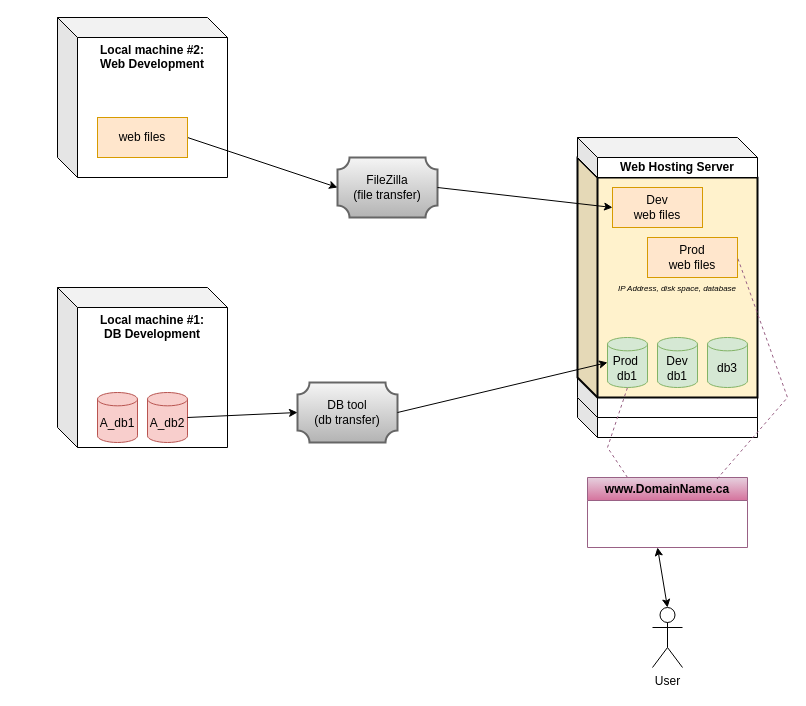
Above: tenis_infrastructure.drawio in zec-a/zec_tenis (draw.io), before the change. Source tidied: cells renumbered, new cells numbered last; positions are measured from the earlier drawing's top-left corner, leaving out a move shared by most shapes. Both pictures are drawn from the tidied source at 100%, with x=0, y=0 at pixel (57, 17).
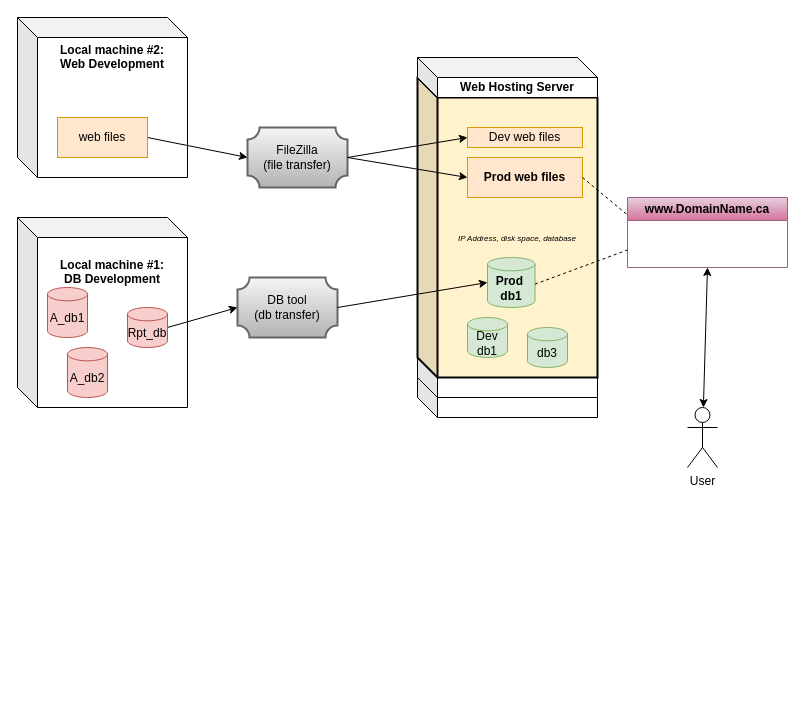
Above is the later version.

The edit, as a diff of the source:
```diff
@@
     <mxCell id="2" style="shape=cube;whiteSpace=wrap;html=1;boundedLbl=1;backgroundOutline=1;darkOpacity=0.05;darkOpacity2=0.1;" parent="1" vertex="1">
-      <mxGeometry x="520" y="380" width="180" height="40" as="geometry" />
+      <mxGeometry x="360" y="360" width="180" height="40" as="geometry" />
     </mxCell>
     <mxCell id="3" style="shape=cube;whiteSpace=wrap;html=1;boundedLbl=1;backgroundOutline=1;darkOpacity=0.05;darkOpacity2=0.1;" parent="1" vertex="1">
-      <mxGeometry x="520" y="360" width="180" height="40" as="geometry" />
+      <mxGeometry x="360" y="340" width="180" height="40" as="geometry" />
     </mxCell>
     <mxCell id="4" value="&lt;font style=&quot;font-size: 8px;&quot;&gt;&lt;i&gt;IP Address, disk space, database&lt;/i&gt;&lt;/font&gt;" style="shape=cube;whiteSpace=wrap;html=1;boundedLbl=1;backgroundOutline=1;darkOpacity=0.05;darkOpacity2=0.1;fillColor=#fff2cc;strokeColor=#050505;strokeWidth=2;" parent="1" vertex="1">
-      <mxGeometry x="520" y="140" width="180" height="240" as="geometry" />
+      <mxGeometry x="360" y="60" width="180" height="300" as="geometry" />
     </mxCell>
     <mxCell id="5" value="Web Hosting Server" style="shape=cube;whiteSpace=wrap;html=1;boundedLbl=1;backgroundOutline=1;darkOpacity=0.05;darkOpacity2=0.1;fontStyle=1;" parent="1" vertex="1">
-      <mxGeometry x="520" y="120" width="180" height="40" as="geometry" />
+      <mxGeometry x="360" y="40" width="180" height="40" as="geometry" />
     </mxCell>
     <mxCell id="6" value="www.DomainName.ca" style="swimlane;whiteSpace=wrap;html=1;fillColor=#e6d0de;strokeColor=#996185;gradientColor=#d5739d;" parent="1" vertex="1">
-      <mxGeometry x="530" y="460" width="160" height="70" as="geometry" />
+      <mxGeometry x="570" y="180" width="160" height="70" as="geometry" />
     </mxCell>
-    <mxCell id="7" value="Prod&amp;nbsp;&lt;div&gt;db1&lt;/div&gt;" style="shape=cylinder3;whiteSpace=wrap;html=1;boundedLbl=1;backgroundOutline=1;size=6.66668701171875;fillColor=#d5e8d4;strokeColor=#82b366;" parent="1" vertex="1">
-      <mxGeometry x="550" y="320" width="40" height="50" as="geometry" />
+    <mxCell id="7" value="Prod&amp;nbsp;&lt;div&gt;db1&lt;/div&gt;" style="shape=cylinder3;whiteSpace=wrap;html=1;boundedLbl=1;backgroundOutline=1;size=6.66668701171875;fillColor=#d5e8d4;strokeColor=#82b366;fontStyle=1;" parent="1" vertex="1">
+      <mxGeometry x="430" y="240" width="47.5" height="50" as="geometry" />
     </mxCell>
     <mxCell id="8" value="Dev&lt;div&gt;db1&lt;/div&gt;" style="shape=cylinder3;whiteSpace=wrap;html=1;boundedLbl=1;backgroundOutline=1;size=6.66668701171875;fillColor=#d5e8d4;strokeColor=#82b366;" parent="1" vertex="1">
-      <mxGeometry x="600" y="320" width="40" height="50" as="geometry" />
+      <mxGeometry x="410" y="300" width="40" height="40" as="geometry" />
     </mxCell>
     <mxCell id="9" value="db3" style="shape=cylinder3;whiteSpace=wrap;html=1;boundedLbl=1;backgroundOutline=1;size=6.66668701171875;fillColor=#d5e8d4;strokeColor=#82b366;" parent="1" vertex="1">
-      <mxGeometry x="650" y="320" width="40" height="50" as="geometry" />
+      <mxGeometry x="470" y="310" width="40" height="40" as="geometry" />
     </mxCell>
     <mxCell id="10" value="Local machine #1:&lt;div&gt;DB Development&lt;/div&gt;&lt;div&gt;&lt;br&gt;&lt;/div&gt;&lt;div&gt;&lt;br&gt;&lt;/div&gt;&lt;div&gt;&lt;br&gt;&lt;/div&gt;&lt;div&gt;&lt;br&gt;&lt;/div&gt;&lt;div&gt;&lt;br&gt;&lt;/div&gt;&lt;div&gt;&lt;br&gt;&lt;/div&gt;&lt;div&gt;&lt;br&gt;&lt;/div&gt;" style="shape=cube;whiteSpace=wrap;html=1;boundedLbl=1;backgroundOutline=1;darkOpacity=0.05;darkOpacity2=0.1;fontStyle=1;labelPosition=center;verticalLabelPosition=middle;align=center;verticalAlign=middle;size=20;" parent="1" vertex="1">
-      <mxGeometry y="270" width="170" height="160" as="geometry" />
+      <mxGeometry x="-40" y="200" width="170" height="190" as="geometry" />
     </mxCell>
     <mxCell id="11" value="A_db1" style="shape=cylinder3;whiteSpace=wrap;html=1;boundedLbl=1;backgroundOutline=1;size=6.66668701171875;fillColor=#f8cecc;strokeColor=#b85450;" parent="1" vertex="1">
-      <mxGeometry x="40" y="375" width="40" height="50" as="geometry" />
+      <mxGeometry x="-10" y="270" width="40" height="50" as="geometry" />
     </mxCell>
     <mxCell id="12" value="A_db2" style="shape=cylinder3;whiteSpace=wrap;html=1;boundedLbl=1;backgroundOutline=1;size=6.66668701171875;fillColor=#f8cecc;strokeColor=#b85450;" parent="1" vertex="1">
-      <mxGeometry x="90" y="375" width="40" height="50" as="geometry" />
+      <mxGeometry x="10" y="330" width="40" height="50" as="geometry" />
     </mxCell>
     <mxCell id="13" value="Local machine #2:&lt;div&gt;Web Development&lt;/div&gt;&lt;div&gt;&lt;br&gt;&lt;/div&gt;&lt;div&gt;&lt;br&gt;&lt;/div&gt;&lt;div&gt;&lt;br&gt;&lt;/div&gt;&lt;div&gt;&lt;br&gt;&lt;/div&gt;&lt;div&gt;&lt;br&gt;&lt;/div&gt;&lt;div&gt;&lt;br&gt;&lt;/div&gt;&lt;div&gt;&lt;br&gt;&lt;/div&gt;" style="shape=cube;whiteSpace=wrap;html=1;boundedLbl=1;backgroundOutline=1;darkOpacity=0.05;darkOpacity2=0.1;fontStyle=1;labelPosition=center;verticalLabelPosition=middle;align=center;verticalAlign=middle;size=20;" parent="1" vertex="1">
-      <mxGeometry width="170" height="160" as="geometry" />
+      <mxGeometry x="-40" width="170" height="160" as="geometry" />
     </mxCell>
     <mxCell id="14" value="FileZilla&lt;div&gt;(file transfer)&lt;/div&gt;" style="verticalLabelPosition=middle;verticalAlign=middle;html=1;shape=mxgraph.basic.plaque;dx=6;whiteSpace=wrap;labelPosition=center;align=center;strokeWidth=2;fillColor=#f5f5f5;strokeColor=#666666;gradientColor=#b3b3b3;" parent="1" vertex="1">
-      <mxGeometry x="280" y="140" width="100" height="60" as="geometry" />
+      <mxGeometry x="190" y="110" width="100" height="60" as="geometry" />
     </mxCell>
@@
     <mxCell id="17" value="web files" style="rounded=0;whiteSpace=wrap;html=1;fillColor=#ffe6cc;strokeColor=#d79b00;" parent="1" vertex="1">
-      <mxGeometry x="40" y="100" width="90" height="40" as="geometry" />
+      <mxGeometry y="100" width="90" height="40" as="geometry" />
     </mxCell>
-    <mxCell id="18" value="Dev&lt;div&gt;web files&lt;/div&gt;" style="rounded=0;whiteSpace=wrap;html=1;fillColor=#ffe6cc;strokeColor=#d79b00;" parent="1" vertex="1">
-      <mxGeometry x="555" y="170" width="90" height="40" as="geometry" />
+    <mxCell id="18" value="Dev&amp;nbsp;&lt;span style=&quot;background-color: initial;&quot;&gt;web files&lt;/span&gt;" style="rounded=0;whiteSpace=wrap;html=1;fillColor=#ffe6cc;strokeColor=#d79b00;" parent="1" vertex="1">
+      <mxGeometry x="410" y="110" width="115" height="20" as="geometry" />
     </mxCell>
-    <mxCell id="19" value="Prod&lt;div&gt;web files&lt;/div&gt;" style="rounded=0;whiteSpace=wrap;html=1;fillColor=#ffe6cc;strokeColor=#d79b00;" parent="1" vertex="1">
-      <mxGeometry x="590" y="220" width="90" height="40" as="geometry" />
+    <mxCell id="19" value="Prod&amp;nbsp;&lt;span style=&quot;background-color: initial;&quot;&gt;web files&lt;/span&gt;" style="rounded=0;whiteSpace=wrap;html=1;fillColor=#ffe6cc;strokeColor=#d79b00;fontStyle=1;" parent="1" vertex="1">
+      <mxGeometry x="410" y="140" width="115" height="40" as="geometry" />
     </mxCell>
     <mxCell id="20" value="DB tool&lt;div&gt;(db transfer)&lt;/div&gt;" style="verticalLabelPosition=middle;verticalAlign=middle;html=1;shape=mxgraph.basic.plaque;dx=6;whiteSpace=wrap;labelPosition=center;align=center;strokeWidth=2;fillColor=#f5f5f5;strokeColor=#666666;gradientColor=#b3b3b3;" parent="1" vertex="1">
-      <mxGeometry x="240" y="365" width="100" height="60" as="geometry" />
+      <mxGeometry x="180" y="260" width="100" height="60" as="geometry" />
     </mxCell>
-    <mxCell id="21" style="endArrow=classic;html=1;rounded=0;exitX=1;exitY=0.5;exitDx=0;exitDy=0;entryX=0;entryY=0.5;entryDx=0;entryDy=0;entryPerimeter=0;" parent="1" edge="1" target="20">
-      <mxGeometry relative="1" as="geometry">
-        <mxPoint x="130" y="400" as="sourcePoint" />
-      </mxGeometry>
+    <mxCell id="21" style="endArrow=classic;html=1;rounded=0;entryX=0;entryY=0.5;entryDx=0;entryDy=0;entryPerimeter=0;exitX=1;exitY=0.5;exitDx=0;exitDy=0;exitPerimeter=0;" parent="1" edge="1" source="28" target="20">
+      <mxGeometry relative="1" as="geometry" />
     </mxCell>
@@
-    <mxCell id="23" style="endArrow=none;dashed=1;html=1;rounded=0;entryX=0.5;entryY=1;entryDx=0;entryDy=0;entryPerimeter=0;exitX=0.25;exitY=0;exitDx=0;exitDy=0;fillColor=#e6d0de;gradientColor=#d5739d;strokeColor=#996185;" parent="1" edge="1" source="6" target="7">
-      <mxGeometry relative="1" as="geometry">
-        <Array as="points">
-          <mxPoint x="550" y="430" />
-        </Array>
-      </mxGeometry>
-    </mxCell>
-    <mxCell id="24" style="endArrow=none;dashed=1;html=1;rounded=0;exitX=0.81;exitY=0.02;exitDx=0;exitDy=0;entryX=1;entryY=0.5;entryDx=0;entryDy=0;exitPerimeter=0;fillColor=#e6d0de;gradientColor=#d5739d;strokeColor=#996185;" parent="1" edge="1" source="6" target="19">
-      <mxGeometry relative="1" as="geometry">
-        <Array as="points">
-          <mxPoint x="730" y="380" />
-        </Array>
-      </mxGeometry>
-    </mxCell>
     <mxCell id="25" value="User" style="shape=umlActor;verticalLabelPosition=bottom;verticalAlign=top;html=1;outlineConnect=0;" parent="1" vertex="1">
-      <mxGeometry x="595" y="590" width="30" height="60" as="geometry" />
+      <mxGeometry x="630" y="390" width="30" height="60" as="geometry" />
     </mxCell>
-    <mxCell id="26" style="endArrow=classic;startArrow=classic;html=1;rounded=0;exitX=0.5;exitY=0;exitDx=0;exitDy=0;exitPerimeter=0;" parent="1" edge="1" source="25">
-      <mxGeometry relative="1" as="geometry">
-        <mxPoint x="600" y="530" as="targetPoint" />
-      </mxGeometry>
+    <mxCell id="26" style="endArrow=classic;startArrow=classic;html=1;rounded=0;exitX=0.5;exitY=1;exitDx=0;exitDy=0;" parent="1" edge="1" source="6" target="25">
+      <mxGeometry relative="1" as="geometry" />
     </mxCell>
+    <mxCell id="27" style="endArrow=classic;html=1;rounded=0;exitX=1;exitY=0.5;exitDx=0;exitDy=0;exitPerimeter=0;entryX=0;entryY=0.5;entryDx=0;entryDy=0;" parent="1" edge="1" source="14" target="19">
+      <mxGeometry relative="1" as="geometry" />
+    </mxCell>
+    <mxCell id="28" value="Rpt_db" style="shape=cylinder3;whiteSpace=wrap;html=1;boundedLbl=1;backgroundOutline=1;size=6.66668701171875;fillColor=#f8cecc;strokeColor=#b85450;" parent="1" vertex="1">
+      <mxGeometry x="70" y="290" width="40" height="40" as="geometry" />
+    </mxCell>
+    <mxCell id="29" style="endArrow=none;dashed=1;html=1;rounded=0;exitX=1;exitY=0.5;exitDx=0;exitDy=0;entryX=0;entryY=0.25;entryDx=0;entryDy=0;" parent="1" edge="1" source="19" target="6">
+      <mxGeometry relative="1" as="geometry" />
+    </mxCell>
+    <mxCell id="30" style="endArrow=none;dashed=1;html=1;rounded=0;exitX=1;exitY=0;exitDx=0;exitDy=26.666656494140625;exitPerimeter=0;entryX=0;entryY=0.75;entryDx=0;entryDy=0;" parent="1" edge="1" source="7" target="6">
+      <mxGeometry relative="1" as="geometry" />
+    </mxCell>
```
